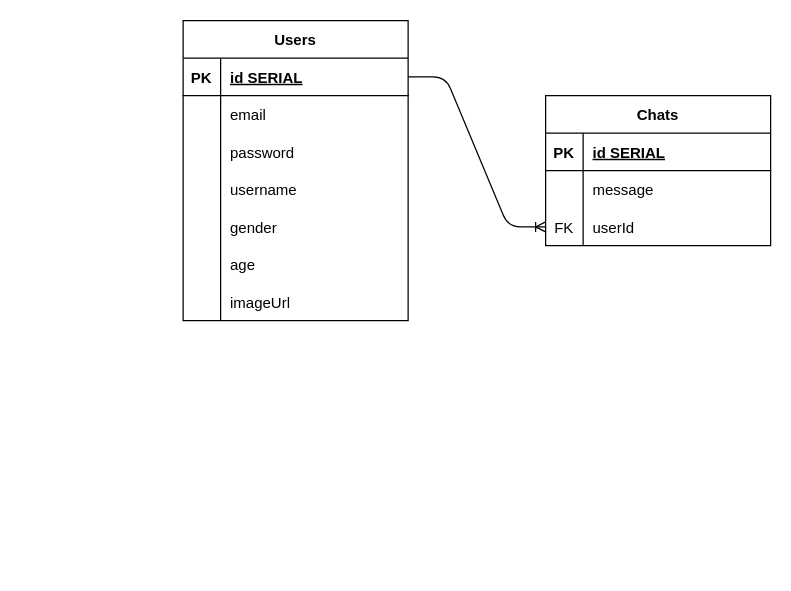
Above: erd.drawio in LoffeeApps/loffee-server (draw.io), before the change. Source tidied: cells renumbered, new cells numbered last; positions are measured from the earlier drawing's top-left corner, leaving out a move shared by most shapes. Both pictures are drawn from the tidied source at 125%, with x=0, y=0 at pixel (182, 20).
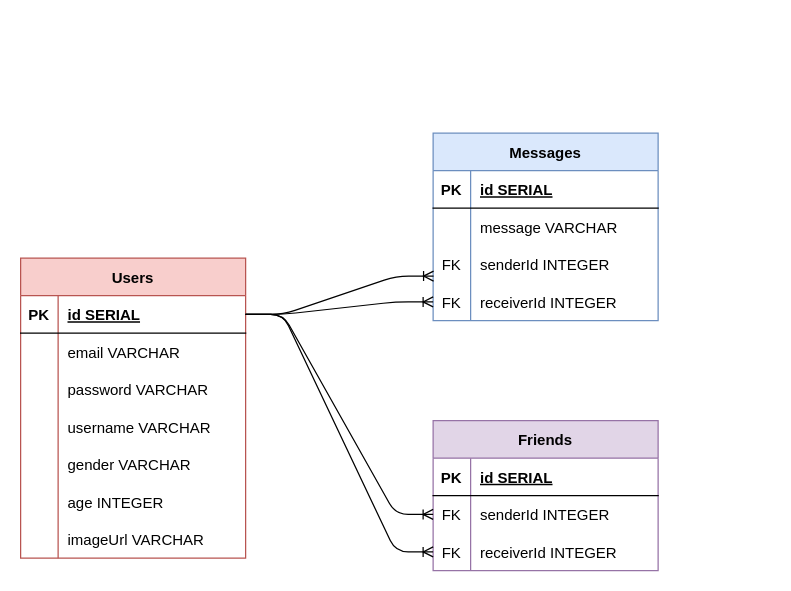
After the change.

Unchanged cells that the change refers to:
```xml
<mxCell id="3" style="shape=tableRow;horizontal=0;startSize=0;swimlaneHead=0;swimlaneBody=0;fillColor=none;points=[[0,0.5],[1,0.5]];portConstraint=eastwest;top=0;left=0;right=0;bottom=1;" parent="2" vertex="1">
  <mxGeometry y="30" width="180" height="30" as="geometry" />
</mxCell>
<mxCell id="6" style="shape=tableRow;horizontal=0;startSize=0;swimlaneHead=0;swimlaneBody=0;fillColor=none;top=0;left=0;right=0;bottom=0;" parent="2" vertex="1">
  <mxGeometry y="60" width="180" height="30" as="geometry" />
</mxCell>
<mxCell id="9" style="shape=tableRow;horizontal=0;startSize=0;swimlaneHead=0;swimlaneBody=0;fillColor=none;top=0;left=0;right=0;bottom=0;" parent="2" vertex="1">
  <mxGeometry y="90" width="180" height="30" as="geometry" />
</mxCell>
<mxCell id="12" style="shape=tableRow;horizontal=0;startSize=0;swimlaneHead=0;swimlaneBody=0;fillColor=none;top=0;left=0;right=0;bottom=0;" parent="2" vertex="1">
  <mxGeometry y="120" width="180" height="30" as="geometry" />
</mxCell>
<mxCell id="15" style="shape=tableRow;horizontal=0;startSize=0;swimlaneHead=0;swimlaneBody=0;fillColor=none;top=0;left=0;right=0;bottom=0;" parent="2" vertex="1">
  <mxGeometry y="150" width="180" height="30" as="geometry" />
</mxCell>
<mxCell id="18" style="shape=tableRow;horizontal=0;startSize=0;swimlaneHead=0;swimlaneBody=0;fillColor=none;top=0;left=0;right=0;bottom=0;" parent="2" vertex="1">
  <mxGeometry y="180" width="180" height="30" as="geometry" />
</mxCell>
<mxCell id="21" style="shape=tableRow;horizontal=0;startSize=0;swimlaneHead=0;swimlaneBody=0;fillColor=none;top=0;left=0;right=0;bottom=0;" parent="2" vertex="1">
  <mxGeometry y="210" width="180" height="30" as="geometry" />
</mxCell>
```

What changed in the source:
```diff
@@
-    <mxCell id="2" value="Users" style="shape=table;startSize=30;childLayout=tableLayout;rowLines=0;fontStyle=1;align=center;" parent="1" vertex="1">
-      <mxGeometry width="180" height="240" as="geometry" />
+    <mxCell id="2" value="Users" style="shape=table;startSize=30;childLayout=tableLayout;rowLines=0;fontStyle=1;align=center;fillColor=#f8cecc;strokeColor=#b85450;" parent="1" vertex="1">
+      <mxGeometry x="-130" y="190" width="180" height="240" as="geometry" />
     </mxCell>
@@
-    <mxCell id="8" value="email" style="shape=partialRectangle;fillColor=none;top=0;left=0;bottom=0;right=0;align=left;spacingLeft=6;overflow=hidden;" parent="6" vertex="1">
+    <mxCell id="8" value="email VARCHAR" style="shape=partialRectangle;fillColor=none;top=0;left=0;bottom=0;right=0;align=left;spacingLeft=6;overflow=hidden;" parent="6" vertex="1">
       <mxGeometry x="30" width="150" height="30" as="geometry" />
     </mxCell>
@@
-    <mxCell id="11" value="password" style="shape=partialRectangle;fillColor=none;top=0;left=0;bottom=0;right=0;align=left;spacingLeft=6;overflow=hidden;" parent="9" vertex="1">
+    <mxCell id="11" value="password VARCHAR" style="shape=partialRectangle;fillColor=none;top=0;left=0;bottom=0;right=0;align=left;spacingLeft=6;overflow=hidden;" parent="9" vertex="1">
       <mxGeometry x="30" width="150" height="30" as="geometry" />
     </mxCell>
@@
-    <mxCell id="14" value="username" style="shape=partialRectangle;fillColor=none;top=0;left=0;bottom=0;right=0;align=left;spacingLeft=6;overflow=hidden;" parent="12" vertex="1">
+    <mxCell id="14" value="username VARCHAR" style="shape=partialRectangle;fillColor=none;top=0;left=0;bottom=0;right=0;align=left;spacingLeft=6;overflow=hidden;" parent="12" vertex="1">
       <mxGeometry x="30" width="150" height="30" as="geometry" />
     </mxCell>
@@
-    <mxCell id="17" value="gender" style="shape=partialRectangle;fillColor=none;top=0;left=0;bottom=0;right=0;align=left;spacingLeft=6;overflow=hidden;" parent="15" vertex="1">
+    <mxCell id="17" value="gender VARCHAR" style="shape=partialRectangle;fillColor=none;top=0;left=0;bottom=0;right=0;align=left;spacingLeft=6;overflow=hidden;" parent="15" vertex="1">
       <mxGeometry x="30" width="150" height="30" as="geometry" />
     </mxCell>
@@
-    <mxCell id="20" value="age" style="shape=partialRectangle;fillColor=none;top=0;left=0;bottom=0;right=0;align=left;spacingLeft=6;overflow=hidden;" parent="18" vertex="1">
+    <mxCell id="20" value="age INTEGER" style="shape=partialRectangle;fillColor=none;top=0;left=0;bottom=0;right=0;align=left;spacingLeft=6;overflow=hidden;" parent="18" vertex="1">
       <mxGeometry x="30" width="150" height="30" as="geometry" />
     </mxCell>
@@
-    <mxCell id="23" value="imageUrl" style="shape=partialRectangle;fillColor=none;top=0;left=0;bottom=0;right=0;align=left;spacingLeft=6;overflow=hidden;" parent="21" vertex="1">
+    <mxCell id="23" value="imageUrl VARCHAR" style="shape=partialRectangle;fillColor=none;top=0;left=0;bottom=0;right=0;align=left;spacingLeft=6;overflow=hidden;" parent="21" vertex="1">
       <mxGeometry x="30" width="150" height="30" as="geometry" />
     </mxCell>
-    <mxCell id="24" value="Chats" style="shape=table;startSize=30;childLayout=tableLayout;rowLines=0;fontStyle=1;align=center;" parent="1" vertex="1">
-      <mxGeometry x="290" y="60" width="180" height="120" as="geometry" />
+    <mxCell id="24" value="Friends" style="shape=table;startSize=30;childLayout=tableLayout;rowLines=0;fontStyle=1;align=center;fillColor=#e1d5e7;strokeColor=#9673a6;" parent="1" vertex="1">
+      <mxGeometry x="200" y="320" width="180" height="120" as="geometry" />
     </mxCell>
@@
-    <mxCell id="28" style="shape=tableRow;horizontal=0;startSize=0;swimlaneHead=0;swimlaneBody=0;fillColor=none;top=0;left=0;right=0;bottom=0;" parent="24" vertex="1">
-      <mxGeometry y="60" width="180" height="30" as="geometry" />
-    </mxCell>
-    <mxCell id="29" style="shape=partialRectangle;fillColor=none;top=0;left=0;bottom=0;right=0;overflow=hidden;" parent="28" vertex="1">
-      <mxGeometry width="30" height="30" as="geometry" />
-    </mxCell>
-    <mxCell id="30" value="message" style="shape=partialRectangle;fillColor=none;top=0;left=0;bottom=0;right=0;align=left;spacingLeft=6;overflow=hidden;" parent="28" vertex="1">
-      <mxGeometry x="30" width="150" height="30" as="geometry" />
-    </mxCell>
     <mxCell id="31" style="shape=tableRow;horizontal=0;startSize=0;swimlaneHead=0;swimlaneBody=0;fillColor=none;points=[[0,0.5],[1,0.5]];portConstraint=eastwest;top=0;left=0;right=0;bottom=0;" parent="24" vertex="1">
-      <mxGeometry y="90" width="180" height="30" as="geometry" />
+      <mxGeometry y="60" width="180" height="30" as="geometry" />
     </mxCell>
@@
-    <mxCell id="33" value="userId" style="shape=partialRectangle;fillColor=none;top=0;left=0;bottom=0;right=0;align=left;spacingLeft=6;overflow=hidden;" parent="31" vertex="1">
+    <mxCell id="33" value="senderId INTEGER" style="shape=partialRectangle;fillColor=none;top=0;left=0;bottom=0;right=0;align=left;spacingLeft=6;overflow=hidden;" parent="31" vertex="1">
       <mxGeometry x="30" width="150" height="30" as="geometry" />
     </mxCell>
+    <mxCell id="35" style="shape=tableRow;horizontal=0;startSize=0;swimlaneHead=0;swimlaneBody=0;fillColor=none;points=[[0,0.5],[1,0.5]];portConstraint=eastwest;top=0;left=0;right=0;bottom=0;" parent="24" vertex="1">
+      <mxGeometry y="90" width="180" height="30" as="geometry" />
+    </mxCell>
+    <mxCell id="36" value="FK" style="shape=partialRectangle;fillColor=none;top=0;left=0;bottom=0;right=0;overflow=hidden;" parent="35" vertex="1">
+      <mxGeometry width="30" height="30" as="geometry" />
+    </mxCell>
+    <mxCell id="37" value="receiverId INTEGER" style="shape=partialRectangle;fillColor=none;top=0;left=0;bottom=0;right=0;align=left;spacingLeft=6;overflow=hidden;" parent="35" vertex="1">
+      <mxGeometry x="30" width="150" height="30" as="geometry" />
+    </mxCell>
@@
+    <mxCell id="38" value="Messages" style="shape=table;startSize=30;childLayout=tableLayout;rowLines=0;fontStyle=1;align=center;fillColor=#dae8fc;strokeColor=#6c8ebf;" parent="1" vertex="1">
+      <mxGeometry x="200" y="90" width="180" height="150" as="geometry" />
+    </mxCell>
+    <mxCell id="39" style="shape=tableRow;horizontal=0;startSize=0;swimlaneHead=0;swimlaneBody=0;fillColor=none;top=0;left=0;right=0;bottom=1;" parent="38" vertex="1">
+      <mxGeometry y="30" width="180" height="30" as="geometry" />
+    </mxCell>
+    <mxCell id="40" value="PK" style="shape=partialRectangle;fillColor=none;top=0;left=0;bottom=0;right=0;fontStyle=1;overflow=hidden;" parent="39" vertex="1">
+      <mxGeometry width="30" height="30" as="geometry" />
+    </mxCell>
+    <mxCell id="41" value="id SERIAL" style="shape=partialRectangle;fillColor=none;top=0;left=0;bottom=0;right=0;align=left;spacingLeft=6;fontStyle=5;overflow=hidden;" parent="39" vertex="1">
+      <mxGeometry x="30" width="150" height="30" as="geometry" />
+    </mxCell>
+    <mxCell id="28" style="shape=tableRow;horizontal=0;startSize=0;swimlaneHead=0;swimlaneBody=0;fillColor=none;top=0;left=0;right=0;bottom=0;" parent="38" vertex="1">
+      <mxGeometry y="60" width="180" height="30" as="geometry" />
+    </mxCell>
+    <mxCell id="29" style="shape=partialRectangle;fillColor=none;top=0;left=0;bottom=0;right=0;overflow=hidden;" parent="28" vertex="1">
+      <mxGeometry width="30" height="30" as="geometry" />
+    </mxCell>
+    <mxCell id="42" value="message VARCHAR" style="shape=partialRectangle;fillColor=none;top=0;left=0;bottom=0;right=0;align=left;spacingLeft=6;overflow=hidden;" parent="28" vertex="1">
+      <mxGeometry x="30" width="150" height="30" as="geometry" />
+    </mxCell>
+    <mxCell id="43" style="shape=tableRow;horizontal=0;startSize=0;swimlaneHead=0;swimlaneBody=0;fillColor=none;points=[[0,0.5],[1,0.5]];portConstraint=eastwest;top=0;left=0;right=0;bottom=0;" parent="38" vertex="1">
+      <mxGeometry y="90" width="180" height="30" as="geometry" />
+    </mxCell>
+    <mxCell id="44" value="FK" style="shape=partialRectangle;fillColor=none;top=0;left=0;bottom=0;right=0;overflow=hidden;" parent="43" vertex="1">
+      <mxGeometry width="30" height="30" as="geometry" />
+    </mxCell>
+    <mxCell id="45" value="senderId INTEGER" style="shape=partialRectangle;fillColor=none;top=0;left=0;bottom=0;right=0;align=left;spacingLeft=6;overflow=hidden;" parent="43" vertex="1">
+      <mxGeometry x="30" width="150" height="30" as="geometry" />
+    </mxCell>
+    <mxCell id="46" style="shape=tableRow;horizontal=0;startSize=0;swimlaneHead=0;swimlaneBody=0;fillColor=none;points=[[0,0.5],[1,0.5]];portConstraint=eastwest;top=0;left=0;right=0;bottom=0;" parent="38" vertex="1">
+      <mxGeometry y="120" width="180" height="30" as="geometry" />
+    </mxCell>
+    <mxCell id="47" value="FK" style="shape=partialRectangle;fillColor=none;top=0;left=0;bottom=0;right=0;overflow=hidden;" parent="46" vertex="1">
+      <mxGeometry width="30" height="30" as="geometry" />
+    </mxCell>
+    <mxCell id="48" value="receiverId INTEGER" style="shape=partialRectangle;fillColor=none;top=0;left=0;bottom=0;right=0;align=left;spacingLeft=6;overflow=hidden;" parent="46" vertex="1">
+      <mxGeometry x="30" width="150" height="30" as="geometry" />
+    </mxCell>
+    <mxCell id="49" style="edgeStyle=entityRelationEdgeStyle;fontSize=12;html=1;endArrow=ERoneToMany;exitX=1;exitY=0.5;exitDx=0;exitDy=0;entryX=0;entryY=0.5;entryDx=0;entryDy=0;" parent="1" edge="1" source="3" target="35">
+      <mxGeometry relative="1" as="geometry" />
+    </mxCell>
+    <mxCell id="50" style="edgeStyle=entityRelationEdgeStyle;fontSize=12;html=1;endArrow=ERoneToMany;exitX=1;exitY=0.5;exitDx=0;exitDy=0;entryX=0;entryY=0.5;entryDx=0;entryDy=0;" parent="1" edge="1" source="3" target="46">
+      <mxGeometry relative="1" as="geometry" />
+    </mxCell>
+    <mxCell id="51" style="edgeStyle=entityRelationEdgeStyle;fontSize=12;html=1;endArrow=ERoneToMany;exitX=1;exitY=0.5;exitDx=0;exitDy=0;entryX=0.002;entryY=0.813;entryDx=0;entryDy=0;entryPerimeter=0;" parent="1" edge="1" source="3" target="43">
+      <mxGeometry relative="1" as="geometry" />
+    </mxCell>
```
